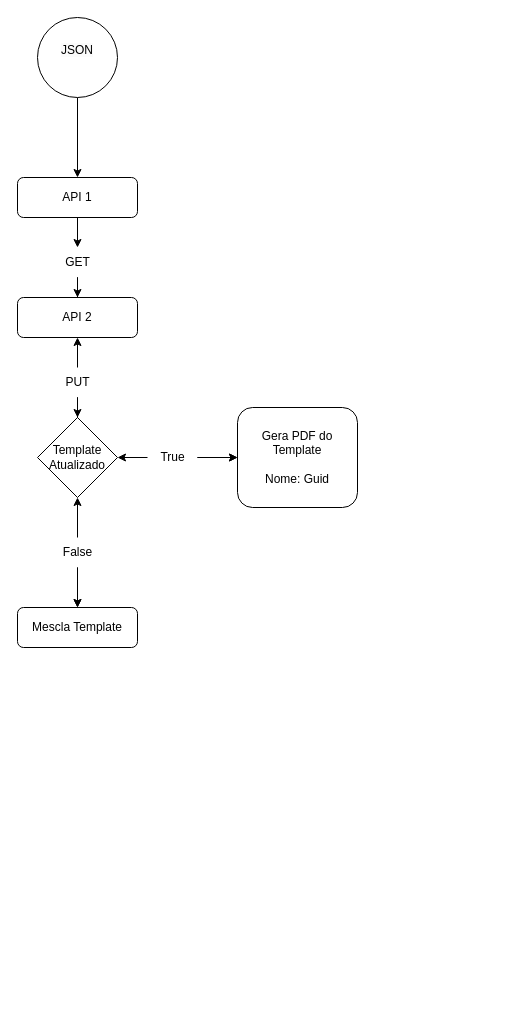
andreknapik/andreknapik keeps this draw.io diagram as Diagrama sem nome.drawio. Above is the earlier version. Source tidied: cells renumbered, new cells numbered last; positions are measured from the earlier drawing's top-left corner, leaving out a move shared by most shapes. Both pictures are drawn from the tidied source at 100%, with x=0, y=0 at pixel (17, 17).
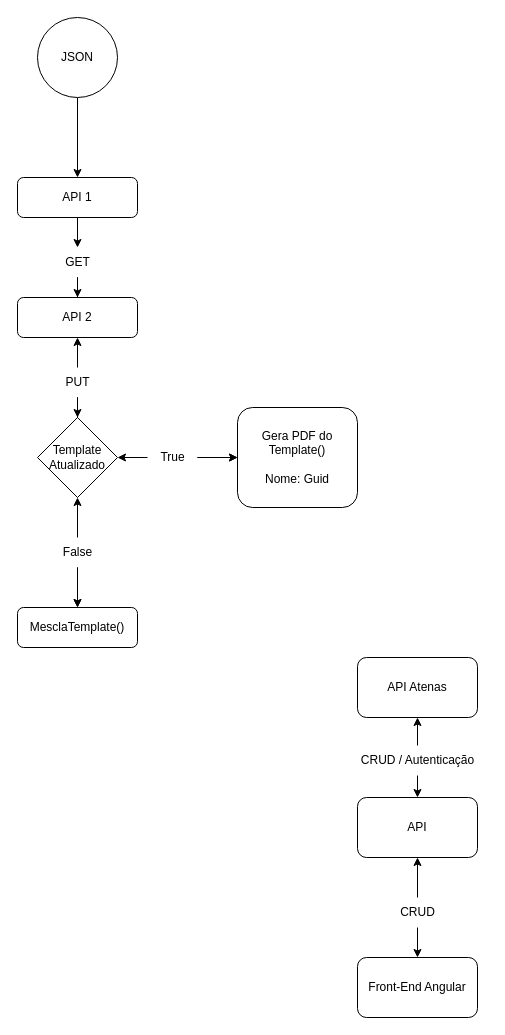
The same page after the edit.

Change to the diagram source:
```diff
@@
-    <mxCell id="2" value="Mescla Template" style="rounded=1;whiteSpace=wrap;html=1;fontSize=12;glass=0;strokeWidth=1;shadow=0;" parent="1" vertex="1">
+    <mxCell id="2" value="MesclaTemplate()" style="rounded=1;whiteSpace=wrap;html=1;fontSize=12;glass=0;strokeWidth=1;shadow=0;" parent="1" vertex="1">
       <mxGeometry y="590" width="120" height="40" as="geometry" />
     </mxCell>
@@
-    <mxCell id="4" value="&#10;&lt;span style=&quot;color: rgb(0, 0, 0); font-family: Helvetica; font-size: 12px; font-style: normal; font-variant-ligatures: normal; font-variant-caps: normal; font-weight: 400; letter-spacing: normal; orphans: 2; text-align: center; text-indent: 0px; text-transform: none; widows: 2; word-spacing: 0px; -webkit-text-stroke-width: 0px; background-color: rgb(251, 251, 251); text-decoration-thickness: initial; text-decoration-style: initial; text-decoration-color: initial; float: none; display: inline !important;&quot;&gt;JSON&lt;/span&gt;&#10;&#10;" style="ellipse;whiteSpace=wrap;html=1;" parent="1" vertex="1">
+    <mxCell id="4" value="&lt;span style=&quot;color: rgb(0, 0, 0); font-family: Helvetica; font-size: 12px; font-style: normal; font-variant-ligatures: normal; font-variant-caps: normal; font-weight: 400; letter-spacing: normal; orphans: 2; text-align: center; text-indent: 0px; text-transform: none; widows: 2; word-spacing: 0px; -webkit-text-stroke-width: 0px; background-color: rgb(251, 251, 251); text-decoration-thickness: initial; text-decoration-style: initial; text-decoration-color: initial; float: none; display: inline !important;&quot;&gt;JSON&lt;br&gt;&lt;/span&gt;" style="ellipse;whiteSpace=wrap;html=1;" parent="1" vertex="1">
       <mxGeometry x="20" width="80" height="80" as="geometry" />
     </mxCell>
@@
-    <mxCell id="19" value="Gera PDF do Template&lt;br&gt;&lt;br&gt;Nome: Guid" style="rounded=1;whiteSpace=wrap;html=1;" parent="1" vertex="1">
+    <mxCell id="19" value="Gera PDF do Template()&lt;br&gt;&lt;br&gt;Nome: Guid" style="rounded=1;whiteSpace=wrap;html=1;" parent="1" vertex="1">
       <mxGeometry x="220" y="390" width="120" height="100" as="geometry" />
     </mxCell>
@@
+    <mxCell id="23" value="API Atenas" style="rounded=1;whiteSpace=wrap;html=1;" parent="1" vertex="1">
+      <mxGeometry x="340" y="640" width="120" height="60" as="geometry" />
+    </mxCell>
+    <mxCell id="24" value="API" style="whiteSpace=wrap;html=1;rounded=1;" parent="1" vertex="1">
+      <mxGeometry x="340" y="780" width="120" height="60" as="geometry" />
+    </mxCell>
+    <mxCell id="25" style="edgeStyle=orthogonalEdgeStyle;rounded=0;jettySize=auto;html=1;" parent="1" edge="1" source="27" target="24">
+      <mxGeometry relative="1" as="geometry" />
+    </mxCell>
+    <mxCell id="26" style="edgeStyle=orthogonalEdgeStyle;rounded=0;jettySize=auto;html=1;" parent="1" edge="1" source="27" target="23">
+      <mxGeometry relative="1" as="geometry" />
+    </mxCell>
+    <mxCell id="27" value="CRUD / Autenticação" style="text;html=1;align=center;verticalAlign=middle;points=[];strokeColor=none;fillColor=none;" parent="1" vertex="1">
+      <mxGeometry x="330" y="728" width="140" height="30" as="geometry" />
+    </mxCell>
+    <mxCell id="28" style="edgeStyle=orthogonalEdgeStyle;rounded=0;jettySize=auto;html=1;" parent="1" edge="1" source="30" target="24">
+      <mxGeometry relative="1" as="geometry" />
+    </mxCell>
+    <mxCell id="29" style="edgeStyle=orthogonalEdgeStyle;rounded=0;jettySize=auto;html=1;" parent="1" edge="1" source="30" target="31">
+      <mxGeometry relative="1" as="geometry" />
+    </mxCell>
+    <mxCell id="30" value="CRUD" style="text;html=1;align=center;verticalAlign=middle;points=[];strokeColor=none;fillColor=none;" parent="1" vertex="1">
+      <mxGeometry x="370" y="880" width="60" height="30" as="geometry" />
+    </mxCell>
+    <mxCell id="31" value="Front-End Angular" style="whiteSpace=wrap;html=1;rounded=1;" parent="1" vertex="1">
+      <mxGeometry x="340" y="940" width="120" height="60" as="geometry" />
+    </mxCell>
```
